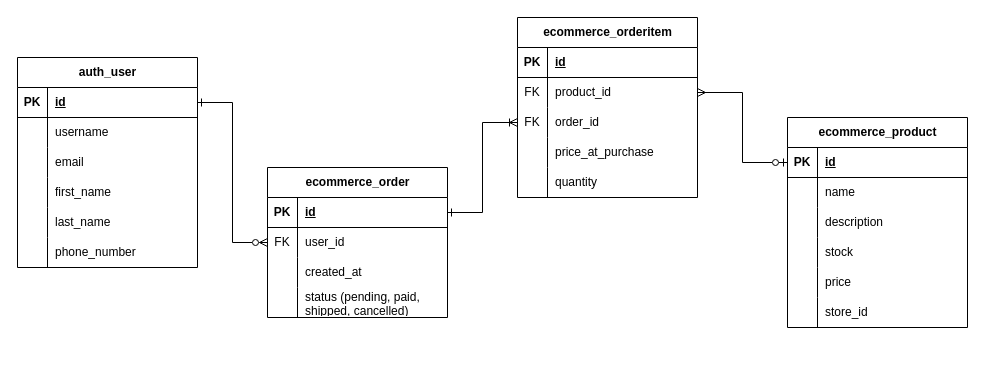
Earlier version of the draw.io diagram page "Order a product" (3 of 3) of E-Commerce API ERD.drawio (RHILIUS/drawio). Source tidied: cells renumbered, new cells numbered last; positions are measured from the earlier drawing's top-left corner, leaving out a move shared by most shapes. Both pictures are drawn from the tidied source at 100%, with x=0, y=0 at pixel (17, 17).
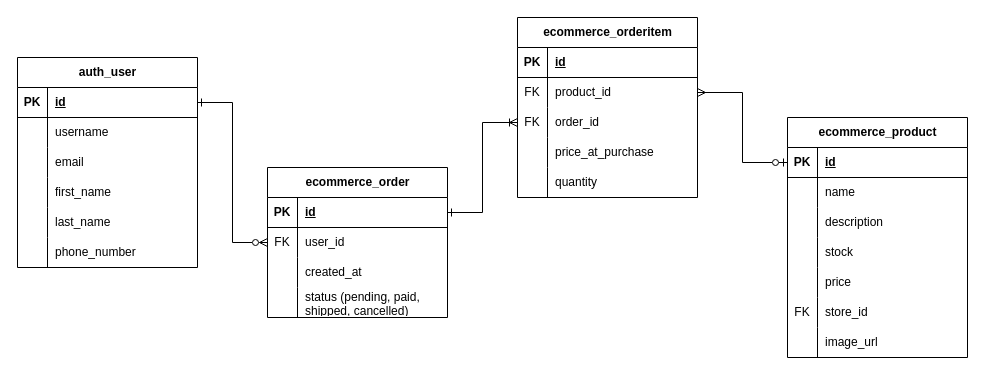
Above is the later version.

The change refers to these unchanged cells:
```xml
<mxCell id="68" style="shape=tableRow;horizontal=0;startSize=0;swimlaneHead=0;swimlaneBody=0;fillColor=none;top=0;left=0;right=0;bottom=0;" parent="52" vertex="1">
  <mxGeometry y="180" width="180" height="30" as="geometry" />
</mxCell>
```

Change to the diagram source:
```diff
@@
     <mxCell id="52" value="ecommerce_product" style="shape=table;startSize=30;childLayout=tableLayout;rowLines=0;fontStyle=1;align=center;html=1;" parent="1" vertex="1">
-      <mxGeometry x="770" y="100" width="180" height="210" as="geometry" />
+      <mxGeometry x="770" y="100" width="180" height="240" as="geometry" />
     </mxCell>
@@
-    <mxCell id="69" style="shape=partialRectangle;fillColor=none;top=0;left=0;bottom=0;right=0;overflow=hidden;whiteSpace=wrap;html=1;" parent="68" vertex="1">
+    <mxCell id="69" value="FK" style="shape=partialRectangle;fillColor=none;top=0;left=0;bottom=0;right=0;overflow=hidden;whiteSpace=wrap;html=1;" parent="68" vertex="1">
       <mxGeometry width="30" height="30" as="geometry" />
     </mxCell>
@@
+    <mxCell id="72" style="shape=tableRow;horizontal=0;startSize=0;swimlaneHead=0;swimlaneBody=0;fillColor=none;top=0;left=0;right=0;bottom=0;" parent="52" vertex="1">
+      <mxGeometry y="210" width="180" height="30" as="geometry" />
+    </mxCell>
+    <mxCell id="73" style="shape=partialRectangle;fillColor=none;top=0;left=0;bottom=0;right=0;overflow=hidden;whiteSpace=wrap;html=1;" parent="72" vertex="1">
+      <mxGeometry width="30" height="30" as="geometry" />
+    </mxCell>
+    <mxCell id="74" value="image_url" style="shape=partialRectangle;fillColor=none;top=0;left=0;bottom=0;right=0;align=left;spacingLeft=6;overflow=hidden;whiteSpace=wrap;html=1;" parent="72" vertex="1">
+      <mxGeometry x="30" width="150" height="30" as="geometry" />
+    </mxCell>
```
